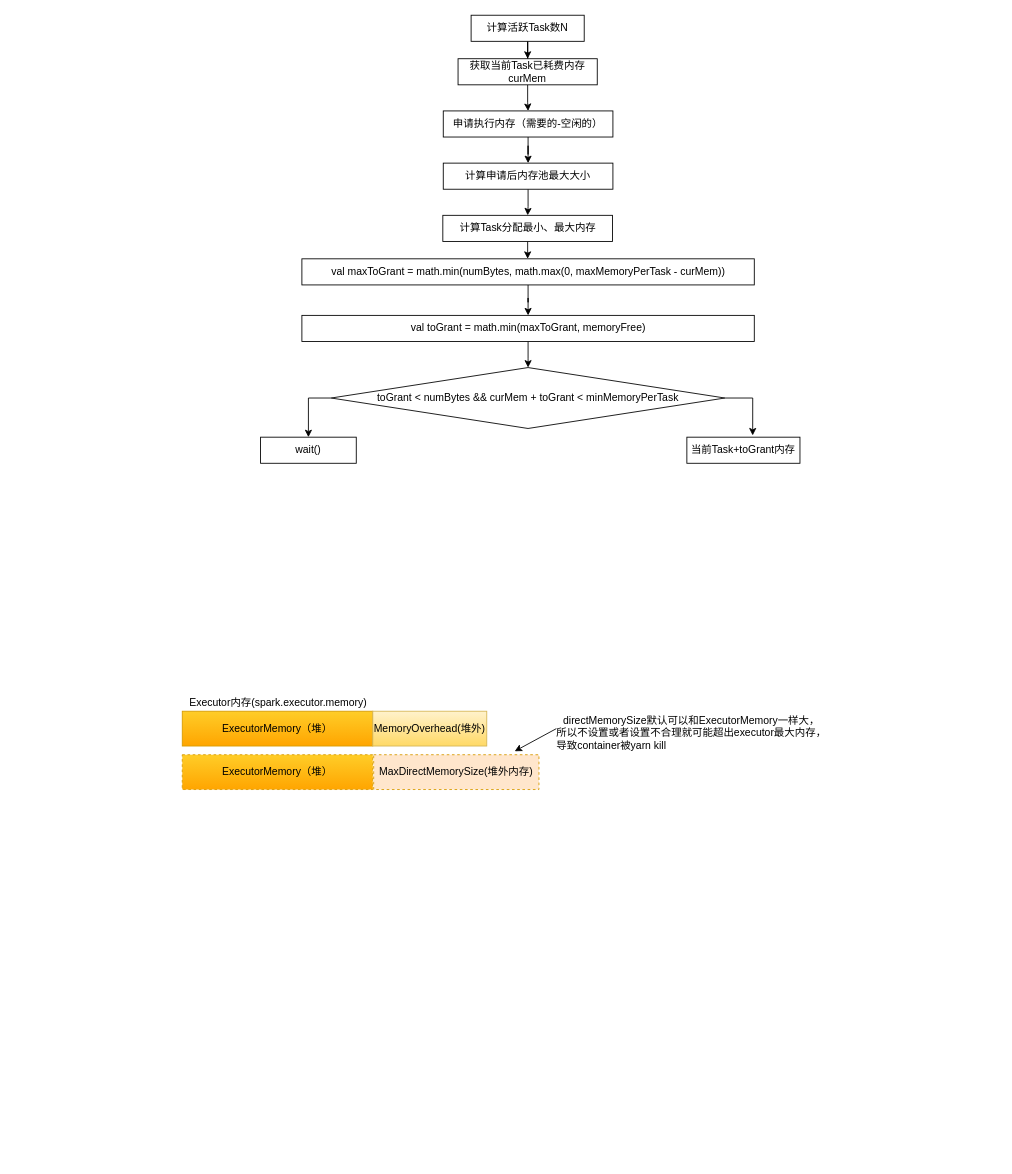
Before: page "内存管理" (3 of 8) of docs/spark/spark源码阅读.drawio in luckywind/TechWorld, a draw.io diagram. Source tidied: cells renumbered, new cells numbered last; positions are measured from the earlier drawing's top-left corner, leaving out a move shared by most shapes. Both pictures are drawn from the tidied source at 87%, with x=0, y=0 at pixel (182, 15).
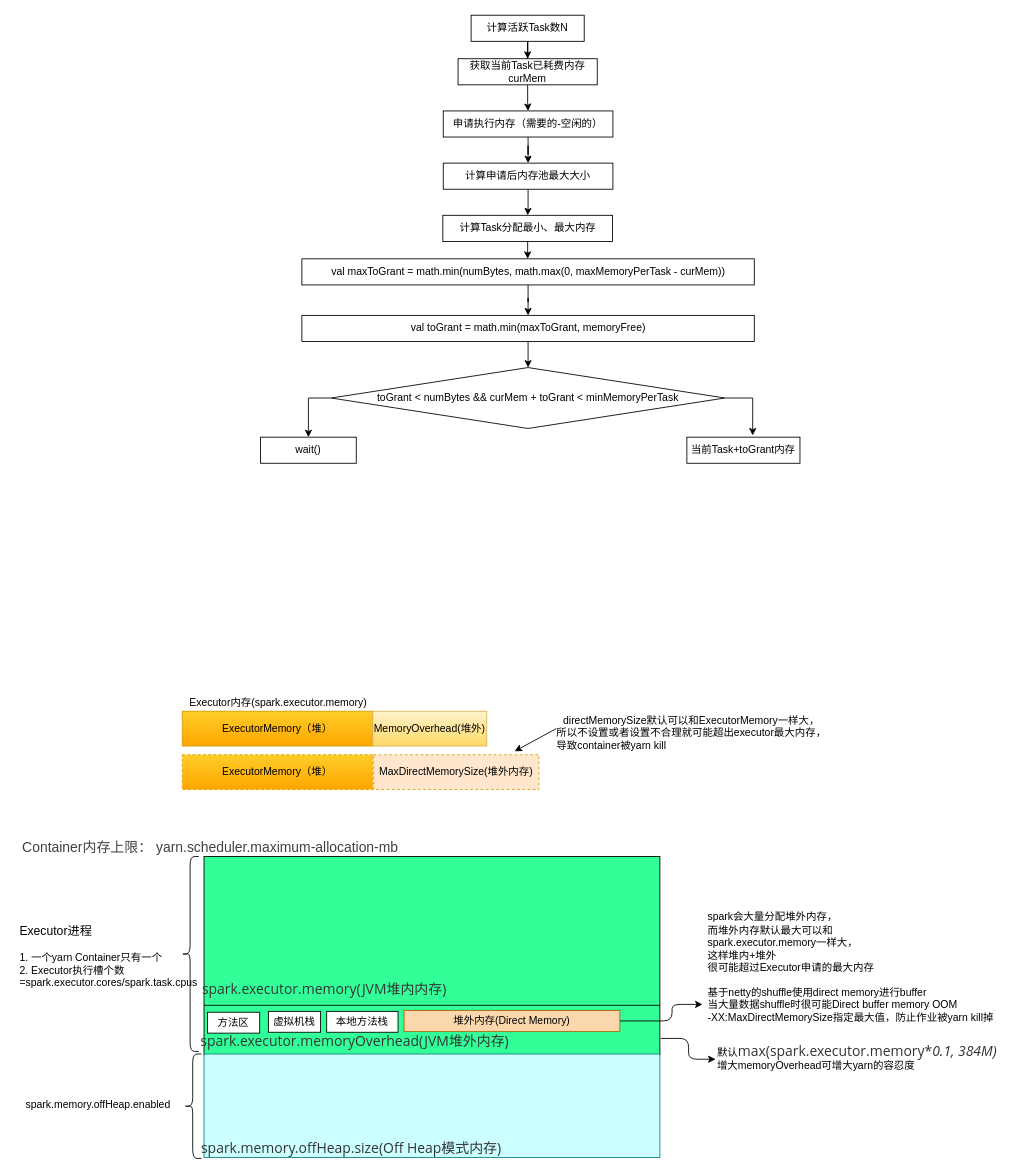
The same page after the edit.

Change to the diagram source:
```diff
@@
+    <mxCell id="28" style="rounded=0;whiteSpace=wrap;html=1;fillColor=#33FF99;" parent="1" vertex="1">
+      <mxGeometry x="25" y="967" width="524" height="228" as="geometry" />
+    </mxCell>
+    <mxCell id="29" style="rounded=0;whiteSpace=wrap;html=1;strokeColor=#0e8088;fillColor=#CCFFFF;" parent="1" vertex="1">
+      <mxGeometry x="25" y="1194" width="524" height="119" as="geometry" />
+    </mxCell>
+    <mxCell id="30" style="edgeStyle=orthogonalEdgeStyle;rounded=0;orthogonalLoop=1;jettySize=auto;html=1;exitX=0;exitY=0.75;exitDx=0;exitDy=0;entryX=1;entryY=0.75;entryDx=0;entryDy=0;endArrow=none;endFill=0;" parent="1" edge="1" source="28" target="28">
+      <mxGeometry relative="1" as="geometry">
+        <Array as="points">
+          <mxPoint x="302" y="1138" />
+          <mxPoint x="302" y="1138" />
+        </Array>
+      </mxGeometry>
+    </mxCell>
+    <mxCell id="31" value="&lt;span style=&quot;color: rgb(51 , 51 , 51) ; font-family: &amp;#34;open sans&amp;#34; , &amp;#34;clear sans&amp;#34; , &amp;#34;helvetica neue&amp;#34; , &amp;#34;helvetica&amp;#34; , &amp;#34;arial&amp;#34; , sans-serif ; font-size: 16px ; text-align: left&quot;&gt;spark.executor.memory(JVM堆内内存)&lt;/span&gt;" style="text;html=1;align=center;verticalAlign=middle;" parent="1" vertex="1">
+      <mxGeometry x="22" y="1110" width="282" height="20" as="geometry" />
+    </mxCell>
+    <mxCell id="32" value="&lt;span style=&quot;color: rgb(51 , 51 , 51) ; font-family: &amp;#34;open sans&amp;#34; , &amp;#34;clear sans&amp;#34; , &amp;#34;helvetica neue&amp;#34; , &amp;#34;helvetica&amp;#34; , &amp;#34;arial&amp;#34; , sans-serif ; font-size: 16px ; text-align: left&quot;&gt;spark.executor.memoryOverhead(JVM堆外内存)&lt;/span&gt;" style="text;html=1;align=center;verticalAlign=middle;" parent="1" vertex="1">
+      <mxGeometry x="22" y="1169" width="352" height="20" as="geometry" />
+    </mxCell>
+    <mxCell id="33" value="&lt;span style=&quot;color: rgb(51 , 51 , 51) ; font-family: &amp;#34;open sans&amp;#34; , &amp;#34;clear sans&amp;#34; , &amp;#34;helvetica neue&amp;#34; , &amp;#34;helvetica&amp;#34; , &amp;#34;arial&amp;#34; , sans-serif ; font-size: 16px ; text-align: left&quot;&gt;spark.memory.offHeap.size(Off Heap模式内存)&lt;/span&gt;" style="text;html=1;align=center;verticalAlign=middle;" parent="1" vertex="1">
+      <mxGeometry x="23" y="1292" width="341" height="20" as="geometry" />
+    </mxCell>
+    <mxCell id="34" style="shape=curlyBracket;whiteSpace=wrap;html=1;rounded=1;fillColor=#CCFFFF;" parent="1" vertex="1">
+      <mxGeometry x="-1" y="967" width="20" height="224" as="geometry" />
+    </mxCell>
+    <mxCell id="35" value="&lt;div style=&quot;text-align: left&quot;&gt;&lt;span&gt;&lt;font style=&quot;font-size: 14px&quot;&gt;Executor进程&lt;/font&gt;&lt;/span&gt;&lt;/div&gt;&lt;div style=&quot;text-align: left&quot;&gt;&lt;span&gt;&lt;br&gt;&lt;/span&gt;&lt;/div&gt;&lt;div style=&quot;text-align: left&quot;&gt;&lt;span&gt;1. 一个yarn Container只有一个&lt;/span&gt;&lt;/div&gt;&lt;div style=&quot;text-align: left&quot;&gt;&lt;span&gt;2. Executor执行槽个数&lt;/span&gt;&lt;/div&gt;&lt;div style=&quot;text-align: left&quot;&gt;&lt;span&gt;=spark.executor.cores/spark.task.cpus&lt;/span&gt;&lt;/div&gt;" style="text;html=1;align=center;verticalAlign=middle;" parent="1" vertex="1">
+      <mxGeometry x="-192" y="1044" width="214" height="75" as="geometry" />
+    </mxCell>
+    <mxCell id="36" style="shape=curlyBracket;whiteSpace=wrap;html=1;rounded=1;fillColor=#CCFFFF;" parent="1" vertex="1">
+      <mxGeometry x="2" y="1194" width="20" height="120" as="geometry" />
+    </mxCell>
+    <mxCell id="37" value="spark.memory.offHeap.enabled" style="text;html=1;align=center;verticalAlign=middle;" parent="1" vertex="1">
+      <mxGeometry x="-185" y="1243" width="176" height="18" as="geometry" />
+    </mxCell>
+    <mxCell id="38" value="&lt;span style=&quot;color: rgb(64 , 64 , 64) ; font-family: , , &amp;#34;apple color emoji&amp;#34; , &amp;#34;segoe ui emoji&amp;#34; , &amp;#34;segoe ui symbol&amp;#34; , &amp;#34;segoe ui&amp;#34; , &amp;#34;pingfang sc&amp;#34; , &amp;#34;hiragino sans gb&amp;#34; , &amp;#34;microsoft yahei&amp;#34; , &amp;#34;helvetica neue&amp;#34; , &amp;#34;helvetica&amp;#34; , &amp;#34;arial&amp;#34; , sans-serif ; font-size: 16px&quot;&gt;Container内存上限： yarn.scheduler.maximum-allocation-mb&lt;/span&gt;" style="text;html=1;align=center;verticalAlign=middle;" parent="1" vertex="1">
+      <mxGeometry x="-189" y="946" width="442" height="19" as="geometry" />
+    </mxCell>
+    <mxCell id="39" value="方法区" style="rounded=0;whiteSpace=wrap;html=1;fillColor=#FFFFFF;" parent="1" vertex="1">
+      <mxGeometry x="29" y="1146" width="60" height="24" as="geometry" />
+    </mxCell>
+    <mxCell id="40" value="虚拟机栈" style="rounded=0;whiteSpace=wrap;html=1;fillColor=#FFFFFF;" parent="1" vertex="1">
+      <mxGeometry x="99" y="1145" width="60" height="24" as="geometry" />
+    </mxCell>
+    <mxCell id="41" value="本地方法栈" style="rounded=0;whiteSpace=wrap;html=1;fillColor=#FFFFFF;" parent="1" vertex="1">
+      <mxGeometry x="166" y="1145" width="82" height="24" as="geometry" />
+    </mxCell>
+    <mxCell id="42" value="堆外内存(Direct Memory)" style="rounded=0;whiteSpace=wrap;html=1;fillColor=#fad7ac;strokeColor=#b46504;" parent="1" vertex="1">
+      <mxGeometry x="255" y="1144" width="248" height="24" as="geometry" />
+    </mxCell>
+    <mxCell id="43" value="&lt;div style=&quot;text-align: left&quot;&gt;&lt;span&gt;spark会大量分配堆外内存，&lt;/span&gt;&lt;/div&gt;&lt;div style=&quot;text-align: left&quot;&gt;&lt;span&gt;而堆外内存默认最大可以和&lt;/span&gt;&lt;/div&gt;&lt;div style=&quot;text-align: left&quot;&gt;&lt;span&gt;spark.executor.memory一样大，&lt;/span&gt;&lt;/div&gt;&lt;div style=&quot;text-align: left&quot;&gt;&lt;span&gt;这样堆内+堆外&lt;/span&gt;&lt;/div&gt;&lt;div style=&quot;text-align: left&quot;&gt;&lt;span&gt;很可能超过Executor申请的最大内存&lt;/span&gt;&lt;/div&gt;&lt;div style=&quot;text-align: left&quot;&gt;&lt;span&gt;&lt;br&gt;&lt;/span&gt;&lt;/div&gt;&lt;div style=&quot;text-align: left&quot;&gt;&lt;span&gt;基于netty的shuffle使用direct memory进行buffer&lt;br&gt;当大量数据shuffle时很可能Direct buffer memory OOM&lt;br&gt;-XX:MaxDirectMemorySize指定最大值，防止作业被yarn kill掉&lt;/span&gt;&lt;/div&gt;&lt;div style=&quot;text-align: left&quot;&gt;&lt;span&gt;&lt;br&gt;&lt;br&gt;&lt;/span&gt;&lt;/div&gt;" style="text;html=1;align=center;verticalAlign=middle;points=[];" parent="1" vertex="1">
+      <mxGeometry x="598" y="1030" width="339" height="158" as="geometry" />
+    </mxCell>
+    <mxCell id="44" style="edgeStyle=elbowEdgeStyle;elbow=horizontal;endArrow=classic;html=1;exitX=1;exitY=0.5;exitDx=0;exitDy=0;" parent="1" edge="1" source="42" target="43">
+      <mxGeometry relative="1" as="geometry">
+        <Array as="points">
+          <mxPoint x="563" y="1137" />
+        </Array>
+      </mxGeometry>
+    </mxCell>
+    <mxCell id="45" style="edgeStyle=elbowEdgeStyle;elbow=horizontal;endArrow=classic;html=1;exitX=1.002;exitY=0.917;exitDx=0;exitDy=0;exitPerimeter=0;" parent="1" edge="1" source="28">
+      <mxGeometry relative="1" as="geometry">
+        <mxPoint x="613" y="1200" as="targetPoint" />
+      </mxGeometry>
+    </mxCell>
+    <mxCell id="46" value="默认&lt;span class=&quot;md-plain md-expand&quot; style=&quot;box-sizing: border-box ; color: rgb(51 , 51 , 51) ; font-family: &amp;#34;open sans&amp;#34; , &amp;#34;clear sans&amp;#34; , &amp;#34;helvetica neue&amp;#34; , &amp;#34;helvetica&amp;#34; , &amp;#34;arial&amp;#34; , sans-serif ; font-size: 16px&quot;&gt;max(spark.executor.memory*&lt;/span&gt;&lt;span class=&quot;md-pair-s md-expand&quot; style=&quot;box-sizing: border-box ; color: rgb(51 , 51 , 51) ; font-family: &amp;#34;open sans&amp;#34; , &amp;#34;clear sans&amp;#34; , &amp;#34;helvetica neue&amp;#34; , &amp;#34;helvetica&amp;#34; , &amp;#34;arial&amp;#34; , sans-serif ; font-size: 16px&quot;&gt;&lt;em style=&quot;box-sizing: border-box&quot;&gt;&lt;span class=&quot;md-plain&quot; style=&quot;box-sizing: border-box&quot;&gt;0.1, 384M)&lt;/span&gt;&lt;/em&gt;&lt;/span&gt;&lt;br&gt;增大memoryOverhead可增大yarn的容忍度" style="text;html=1;align=left;verticalAlign=middle;" parent="1" vertex="1">
+      <mxGeometry x="613" y="1181" width="318" height="34" as="geometry" />
+    </mxCell>
```
